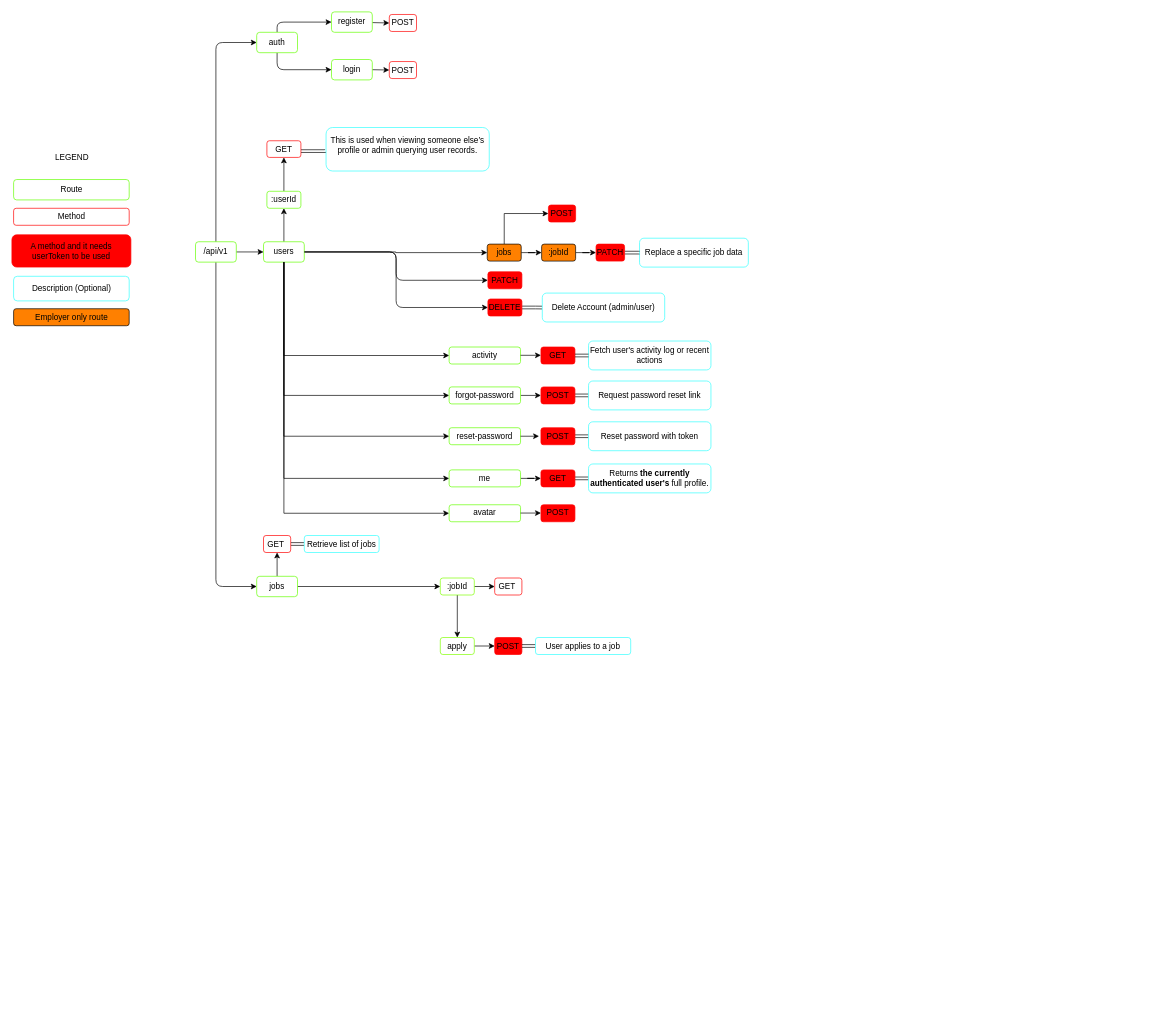
Earlier version of the draw.io diagram diagrams/rest_api.drawio (kenshiin1123/dev-match). Source tidied: cells renumbered, new cells numbered last; positions are measured from the earlier drawing's top-left corner, leaving out a move shared by most shapes. Both pictures are drawn from the tidied source at 68%, with x=0, y=0 at pixel (12, 12).
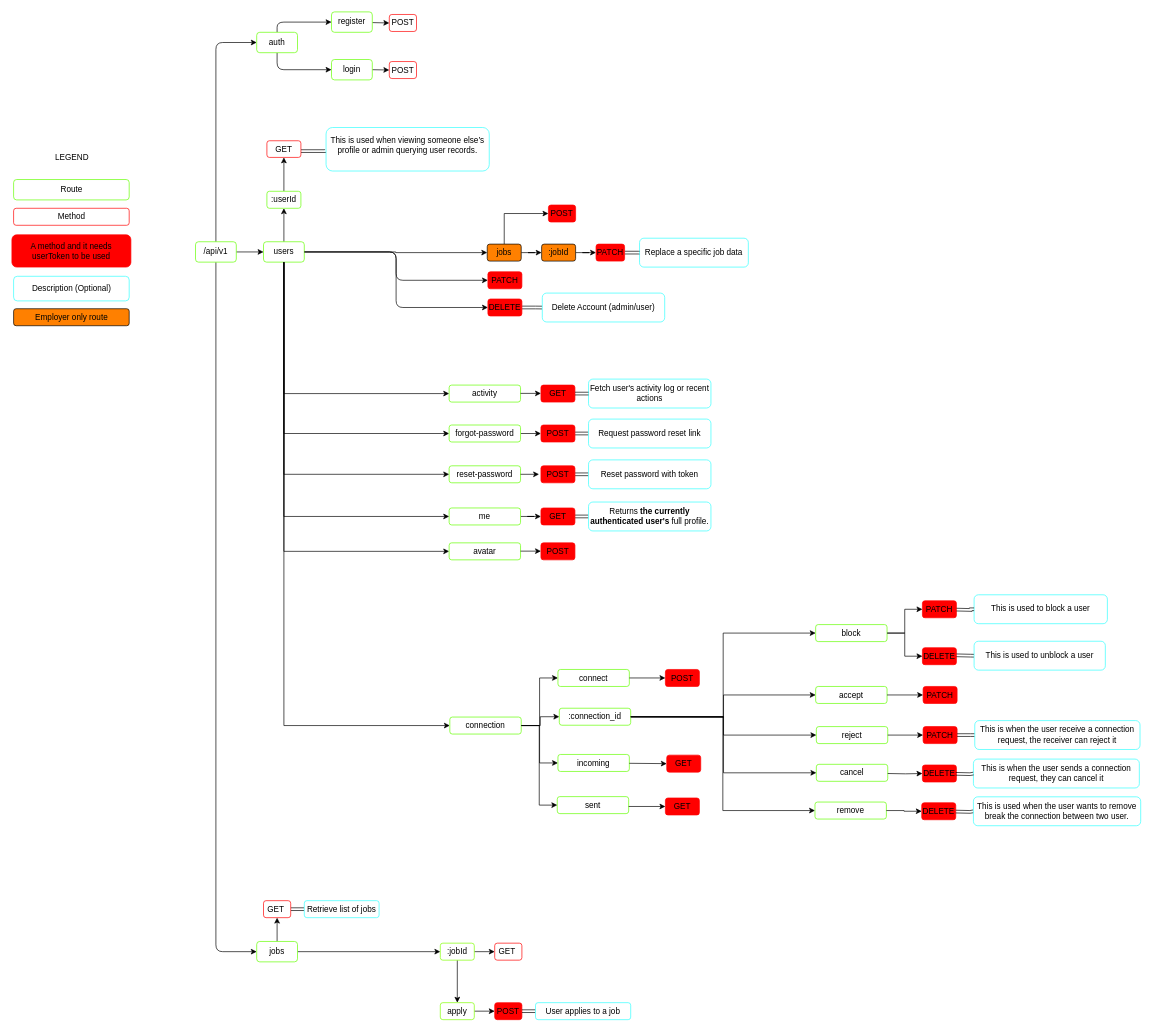
The same diagram, later.

Commit message (it also covers changes not shown here):
Update erd and rest_api diagram for user_connections. Also add new user_connection table

The change refers to these unchanged cells:
```xml
<mxCell id="8" value="users" style="rounded=1;whiteSpace=wrap;html=1;strokeColor=#65FF00;fontStyle=0;" parent="1" vertex="1">
  <mxGeometry x="370" y="338" width="60" height="30" as="geometry" />
</mxCell>
```

The edit, as a diff of the source:
```diff
@@
+    <mxCell id="87" style="edgeStyle=orthogonalEdgeStyle;rounded=0;jettySize=auto;html=1;entryX=0;entryY=0.5;entryDx=0;entryDy=0;exitX=0.5;exitY=1;exitDx=0;exitDy=0;" parent="1" edge="1" source="8" target="90">
+      <mxGeometry relative="1" as="geometry" />
+    </mxCell>
@@
     <mxCell id="11" value="jobs" style="rounded=1;whiteSpace=wrap;html=1;strokeColor=#65FF00;fontStyle=0;" parent="1" vertex="1">
-      <mxGeometry x="360" y="830" width="60" height="30" as="geometry" />
+      <mxGeometry x="360" y="1367" width="60" height="30" as="geometry" />
     </mxCell>
@@
     <mxCell id="33" value="&lt;span&gt;GET&amp;nbsp;&lt;/span&gt;" style="whiteSpace=wrap;html=1;rounded=1;strokeColor=#FF0000;fontStyle=0;" parent="1" vertex="1">
-      <mxGeometry x="370" y="770" width="40" height="25" as="geometry" />
+      <mxGeometry x="370" y="1307" width="40" height="25" as="geometry" />
     </mxCell>
     <mxCell id="34" value="Retrieve list of jobs" style="whiteSpace=wrap;html=1;rounded=1;strokeColor=#33FFFF;fontStyle=0;" parent="1" vertex="1">
-      <mxGeometry x="430" y="770" width="110" height="25" as="geometry" />
+      <mxGeometry x="430" y="1307" width="110" height="25" as="geometry" />
     </mxCell>
@@
     <mxCell id="37" value="&lt;span&gt;:jobId&lt;/span&gt;" style="whiteSpace=wrap;html=1;rounded=1;strokeColor=#80FF00;fontStyle=0;" parent="1" vertex="1">
-      <mxGeometry x="630" y="832.5" width="50" height="25" as="geometry" />
+      <mxGeometry x="630" y="1369.5" width="50" height="25" as="geometry" />
     </mxCell>
     <mxCell id="38" value="&lt;span&gt;GET&amp;nbsp;&lt;/span&gt;" style="whiteSpace=wrap;html=1;rounded=1;strokeColor=#FF0000;fontStyle=0;" parent="1" vertex="1">
-      <mxGeometry x="710" y="832.5" width="40" height="25" as="geometry" />
+      <mxGeometry x="710" y="1369.5" width="40" height="25" as="geometry" />
     </mxCell>
@@
     <mxCell id="41" value="apply" style="whiteSpace=wrap;html=1;rounded=1;strokeColor=#80FF00;fontStyle=0;" parent="1" vertex="1">
-      <mxGeometry x="630" y="920" width="50" height="25" as="geometry" />
+      <mxGeometry x="630" y="1457" width="50" height="25" as="geometry" />
     </mxCell>
     <mxCell id="42" value="&lt;span&gt;POST&lt;/span&gt;" style="whiteSpace=wrap;html=1;rounded=1;strokeColor=#FF0000;fontStyle=0;fillColor=#FF0000;" parent="1" vertex="1">
-      <mxGeometry x="710" y="920" width="40" height="25" as="geometry" />
+      <mxGeometry x="710" y="1457" width="40" height="25" as="geometry" />
     </mxCell>
@@
     <mxCell id="44" value="User applies to a job" style="whiteSpace=wrap;html=1;rounded=1;strokeColor=#33FFFF;fontStyle=0;" parent="1" vertex="1">
-      <mxGeometry x="770" y="920" width="140" height="25" as="geometry" />
+      <mxGeometry x="770" y="1457" width="140" height="25" as="geometry" />
     </mxCell>
@@
     <mxCell id="47" value="forgot-password" style="whiteSpace=wrap;html=1;rounded=1;strokeColor=#65FF00;fontStyle=0;" parent="1" vertex="1">
-      <mxGeometry x="643" y="551.5" width="105" height="25" as="geometry" />
+      <mxGeometry x="643" y="607.5" width="105" height="25" as="geometry" />
     </mxCell>
@@
     <mxCell id="49" value="reset-password" style="whiteSpace=wrap;html=1;rounded=1;strokeColor=#65FF00;fontStyle=0;" parent="1" vertex="1">
-      <mxGeometry x="643" y="611.5" width="105" height="25" as="geometry" />
+      <mxGeometry x="643" y="667.5" width="105" height="25" as="geometry" />
     </mxCell>
@@
     <mxCell id="52" value="me" style="whiteSpace=wrap;html=1;rounded=1;strokeColor=#65FF00;fontStyle=0;" parent="1" vertex="1">
-      <mxGeometry x="643" y="673.5" width="105" height="25" as="geometry" />
+      <mxGeometry x="643" y="729.5" width="105" height="25" as="geometry" />
     </mxCell>
@@
     <mxCell id="55" value="POST" style="whiteSpace=wrap;html=1;rounded=1;strokeColor=#FF0000;fontStyle=0;fillColor=#FF0000;" parent="1" vertex="1">
-      <mxGeometry x="778" y="551.5" width="50" height="25" as="geometry" />
+      <mxGeometry x="778" y="607.5" width="50" height="25" as="geometry" />
     </mxCell>
     <mxCell id="56" value="Request password reset link" style="whiteSpace=wrap;html=1;rounded=1;strokeColor=#33FFFF;fontStyle=0;" parent="1" vertex="1">
-      <mxGeometry x="848" y="542.8" width="180" height="42.5" as="geometry" />
+      <mxGeometry x="848" y="598.8" width="180" height="42.5" as="geometry" />
     </mxCell>
@@
     <mxCell id="58" value="POST" style="whiteSpace=wrap;html=1;rounded=1;strokeColor=#FF0000;fontStyle=0;fillColor=#FF0000;" parent="1" vertex="1">
-      <mxGeometry x="778" y="611.5" width="50" height="25" as="geometry" />
+      <mxGeometry x="778" y="667.5" width="50" height="25" as="geometry" />
     </mxCell>
     <mxCell id="59" value="&lt;table&gt;&lt;tbody&gt;&lt;tr&gt;&lt;td&gt;Reset password with token&lt;/td&gt;&lt;/tr&gt;&lt;/tbody&gt;&lt;/table&gt;" style="whiteSpace=wrap;html=1;rounded=1;strokeColor=#33FFFF;fontStyle=0;" parent="1" vertex="1">
-      <mxGeometry x="848" y="602.8" width="180" height="42.5" as="geometry" />
+      <mxGeometry x="848" y="658.8" width="180" height="42.5" as="geometry" />
     </mxCell>
@@
     <mxCell id="61" value="GET" style="whiteSpace=wrap;html=1;rounded=1;strokeColor=#FF0000;fontStyle=0;fillColor=#FF0000;" parent="1" vertex="1">
-      <mxGeometry x="778" y="673.5" width="50" height="25" as="geometry" />
+      <mxGeometry x="778" y="729.5" width="50" height="25" as="geometry" />
     </mxCell>
     <mxCell id="62" value="&lt;p&gt;Returns &lt;strong&gt;the currently authenticated user's&lt;/strong&gt; full profile.&lt;/p&gt;&lt;p&gt;&lt;/p&gt;" style="whiteSpace=wrap;html=1;rounded=1;strokeColor=#33FFFF;fontStyle=0;" parent="1" vertex="1">
-      <mxGeometry x="848" y="664.8" width="180" height="42.5" as="geometry" />
+      <mxGeometry x="848" y="720.8" width="180" height="42.5" as="geometry" />
     </mxCell>
@@
     <mxCell id="64" value="activity" style="whiteSpace=wrap;html=1;rounded=1;strokeColor=#65FF00;fontStyle=0;" parent="1" vertex="1">
-      <mxGeometry x="643" y="492.8" width="105" height="25" as="geometry" />
+      <mxGeometry x="643" y="548.8" width="105" height="25" as="geometry" />
     </mxCell>
@@
     <mxCell id="66" value="GET" style="whiteSpace=wrap;html=1;rounded=1;strokeColor=#FF0000;fontStyle=0;fillColor=#FF0000;" parent="1" vertex="1">
-      <mxGeometry x="778" y="492.8" width="50" height="25" as="geometry" />
+      <mxGeometry x="778" y="548.8" width="50" height="25" as="geometry" />
     </mxCell>
     <mxCell id="67" value="Fetch user's activity log or recent actions" style="whiteSpace=wrap;html=1;rounded=1;strokeColor=#33FFFF;fontStyle=0;" parent="1" vertex="1">
-      <mxGeometry x="848" y="484" width="180" height="42.5" as="geometry" />
+      <mxGeometry x="848" y="540" width="180" height="42.5" as="geometry" />
     </mxCell>
@@
     <mxCell id="69" style="edgeStyle=orthogonalEdgeStyle;rounded=0;jettySize=auto;html=1;exitX=1;exitY=0.5;exitDx=0;exitDy=0;entryX=0;entryY=0.5;entryDx=0;entryDy=0;" parent="1" edge="1" target="66">
       <mxGeometry relative="1" as="geometry">
-        <mxPoint x="748" y="505" as="sourcePoint" />
+        <mxPoint x="748" y="561" as="sourcePoint" />
       </mxGeometry>
     </mxCell>
     <mxCell id="70" value="avatar" style="whiteSpace=wrap;html=1;rounded=1;strokeColor=#65FF00;fontStyle=0;" parent="1" vertex="1">
-      <mxGeometry x="643" y="724.8" width="105" height="25" as="geometry" />
+      <mxGeometry x="643" y="780.8" width="105" height="25" as="geometry" />
     </mxCell>
     <mxCell id="71" value="POST" style="whiteSpace=wrap;html=1;rounded=1;strokeColor=#FF0000;fontStyle=0;fillColor=#FF0000;" parent="1" vertex="1">
-      <mxGeometry x="778" y="724.8" width="50" height="25" as="geometry" />
+      <mxGeometry x="778" y="780.8" width="50" height="25" as="geometry" />
     </mxCell>
     <mxCell id="72" style="edgeStyle=orthogonalEdgeStyle;rounded=0;jettySize=auto;html=1;entryX=0;entryY=0.5;entryDx=0;entryDy=0;" parent="1" edge="1" target="71">
       <mxGeometry relative="1" as="geometry">
-        <mxPoint x="748" y="737" as="sourcePoint" />
+        <mxPoint x="748" y="793" as="sourcePoint" />
       </mxGeometry>
     </mxCell>
@@
+    <mxCell id="88" style="edgeStyle=orthogonalEdgeStyle;rounded=0;jettySize=auto;html=1;entryX=0;entryY=0.5;entryDx=0;entryDy=0;" parent="1" edge="1" source="90" target="93">
+      <mxGeometry relative="1" as="geometry" />
+    </mxCell>
+    <mxCell id="89" style="edgeStyle=orthogonalEdgeStyle;rounded=0;jettySize=auto;html=1;entryX=0;entryY=0.5;entryDx=0;entryDy=0;" parent="1" edge="1" source="90" target="92">
+      <mxGeometry relative="1" as="geometry" />
+    </mxCell>
+    <mxCell id="90" value="connection" style="whiteSpace=wrap;html=1;rounded=1;strokeColor=#65FF00;fontStyle=0;" parent="1" vertex="1">
+      <mxGeometry x="644" y="1037" width="105" height="25" as="geometry" />
+    </mxCell>
+    <mxCell id="91" style="edgeStyle=orthogonalEdgeStyle;rounded=0;jettySize=auto;html=1;entryX=0;entryY=0.5;entryDx=0;entryDy=0;exitX=1;exitY=0.5;exitDx=0;exitDy=0;" parent="1" edge="1" source="92" target="107">
+      <mxGeometry relative="1" as="geometry" />
+    </mxCell>
+    <mxCell id="92" value=":connection_id" style="whiteSpace=wrap;html=1;rounded=1;strokeColor=#65FF00;fontStyle=0;" parent="1" vertex="1">
+      <mxGeometry x="805" y="1024" width="105" height="25" as="geometry" />
+    </mxCell>
+    <mxCell id="93" value="incoming" style="whiteSpace=wrap;html=1;rounded=1;strokeColor=#65FF00;fontStyle=0;" parent="1" vertex="1">
+      <mxGeometry x="803" y="1092" width="105" height="25" as="geometry" />
+    </mxCell>
+    <mxCell id="94" style="edgeStyle=orthogonalEdgeStyle;rounded=0;jettySize=auto;html=1;entryX=0;entryY=0.5;entryDx=0;entryDy=0;exitX=1;exitY=0.5;exitDx=0;exitDy=0;" parent="1" edge="1" source="90" target="95">
+      <mxGeometry relative="1" as="geometry" />
+    </mxCell>
+    <mxCell id="95" value="connect" style="whiteSpace=wrap;html=1;rounded=1;strokeColor=#65FF00;fontStyle=0;" parent="1" vertex="1">
+      <mxGeometry x="803" y="967" width="105" height="25" as="geometry" />
+    </mxCell>
+    <mxCell id="96" value="sent" style="whiteSpace=wrap;html=1;rounded=1;strokeColor=#65FF00;fontStyle=0;" parent="1" vertex="1">
+      <mxGeometry x="802" y="1154" width="105" height="25" as="geometry" />
+    </mxCell>
+    <mxCell id="97" style="edgeStyle=orthogonalEdgeStyle;rounded=0;jettySize=auto;html=1;entryX=0;entryY=0.5;entryDx=0;entryDy=0;exitX=1;exitY=0.5;exitDx=0;exitDy=0;" parent="1" edge="1" source="90" target="96">
+      <mxGeometry relative="1" as="geometry" />
+    </mxCell>
+    <mxCell id="98" value="accept" style="whiteSpace=wrap;html=1;rounded=1;strokeColor=#65FF00;fontStyle=0;" parent="1" vertex="1">
+      <mxGeometry x="1182" y="992" width="105" height="25" as="geometry" />
+    </mxCell>
+    <mxCell id="99" style="edgeStyle=orthogonalEdgeStyle;rounded=0;jettySize=auto;html=1;entryX=0;entryY=0.5;entryDx=0;entryDy=0;" parent="1" edge="1" target="98">
+      <mxGeometry relative="1" as="geometry">
+        <mxPoint x="910" y="1037" as="sourcePoint" />
+      </mxGeometry>
+    </mxCell>
+    <mxCell id="100" style="edgeStyle=orthogonalEdgeStyle;rounded=0;jettySize=auto;html=1;entryX=0;entryY=0.5;entryDx=0;entryDy=0;exitX=1;exitY=0.5;exitDx=0;exitDy=0;" parent="1" edge="1" source="92" target="101">
+      <mxGeometry relative="1" as="geometry" />
+    </mxCell>
+    <mxCell id="101" value="reject" style="whiteSpace=wrap;html=1;rounded=1;strokeColor=#65FF00;fontStyle=0;" parent="1" vertex="1">
+      <mxGeometry x="1183" y="1051" width="105" height="25" as="geometry" />
+    </mxCell>
+    <mxCell id="102" value="cancel" style="whiteSpace=wrap;html=1;rounded=1;strokeColor=#65FF00;fontStyle=0;" parent="1" vertex="1">
+      <mxGeometry x="1183" y="1106.5" width="105" height="25" as="geometry" />
+    </mxCell>
+    <mxCell id="103" style="edgeStyle=orthogonalEdgeStyle;rounded=0;jettySize=auto;html=1;entryX=0;entryY=0.5;entryDx=0;entryDy=0;exitX=1;exitY=0.5;exitDx=0;exitDy=0;" parent="1" edge="1" source="92" target="102">
+      <mxGeometry relative="1" as="geometry" />
+    </mxCell>
+    <mxCell id="104" value="remove" style="whiteSpace=wrap;html=1;rounded=1;strokeColor=#65FF00;fontStyle=0;" parent="1" vertex="1">
+      <mxGeometry x="1181" y="1162" width="105" height="25" as="geometry" />
+    </mxCell>
+    <mxCell id="105" style="edgeStyle=orthogonalEdgeStyle;rounded=0;jettySize=auto;html=1;entryX=0;entryY=0.5;entryDx=0;entryDy=0;exitX=1;exitY=0.5;exitDx=0;exitDy=0;" parent="1" edge="1" source="92" target="104">
+      <mxGeometry relative="1" as="geometry" />
+    </mxCell>
+    <mxCell id="106" style="edgeStyle=orthogonalEdgeStyle;rounded=0;jettySize=auto;html=1;entryX=0;entryY=0.5;entryDx=0;entryDy=0;" parent="1" edge="1" source="107" target="130">
+      <mxGeometry relative="1" as="geometry" />
+    </mxCell>
+    <mxCell id="107" value="block" style="whiteSpace=wrap;html=1;rounded=1;strokeColor=#65FF00;fontStyle=0;" parent="1" vertex="1">
+      <mxGeometry x="1182" y="901" width="105" height="25" as="geometry" />
+    </mxCell>
+    <mxCell id="108" style="edgeStyle=orthogonalEdgeStyle;rounded=0;jettySize=auto;html=1;entryX=0;entryY=0.5;entryDx=0;entryDy=0;exitX=1;exitY=0.5;exitDx=0;exitDy=0;" parent="1" edge="1" source="95" target="109">
+      <mxGeometry relative="1" as="geometry" />
+    </mxCell>
+    <mxCell id="109" value="POST" style="whiteSpace=wrap;html=1;rounded=1;strokeColor=#FF0000;fontStyle=0;fillColor=#FF0000;" parent="1" vertex="1">
+      <mxGeometry x="961" y="967" width="50" height="25" as="geometry" />
+    </mxCell>
+    <mxCell id="110" style="edgeStyle=orthogonalEdgeStyle;rounded=0;jettySize=auto;html=1;entryX=0;entryY=0.5;entryDx=0;entryDy=0;" parent="1" edge="1" target="111">
+      <mxGeometry relative="1" as="geometry">
+        <mxPoint x="908" y="1105" as="sourcePoint" />
+      </mxGeometry>
+    </mxCell>
+    <mxCell id="111" value="GET" style="whiteSpace=wrap;html=1;rounded=1;strokeColor=#FF0000;fontStyle=0;fillColor=#FF0000;" parent="1" vertex="1">
+      <mxGeometry x="963" y="1093" width="50" height="25" as="geometry" />
+    </mxCell>
+    <mxCell id="112" value="GET" style="whiteSpace=wrap;html=1;rounded=1;strokeColor=#FF0000;fontStyle=0;fillColor=#FF0000;" parent="1" vertex="1">
+      <mxGeometry x="961" y="1156" width="50" height="25" as="geometry" />
+    </mxCell>
+    <mxCell id="113" style="edgeStyle=orthogonalEdgeStyle;rounded=0;jettySize=auto;html=1;entryX=0;entryY=0.5;entryDx=0;entryDy=0;exitX=1;exitY=0.58;exitDx=0;exitDy=0;exitPerimeter=0;" parent="1" edge="1" source="96" target="112">
+      <mxGeometry relative="1" as="geometry" />
+    </mxCell>
+    <mxCell id="114" value="PATCH" style="whiteSpace=wrap;html=1;rounded=1;strokeColor=#FF0000;fontStyle=0;fillColor=#FF0000;" parent="1" vertex="1">
+      <mxGeometry x="1339" y="866" width="50" height="25" as="geometry" />
+    </mxCell>
+    <mxCell id="115" style="edgeStyle=orthogonalEdgeStyle;rounded=0;jettySize=auto;html=1;entryX=0;entryY=0.5;entryDx=0;entryDy=0;exitX=1;exitY=0.5;exitDx=0;exitDy=0;" parent="1" edge="1" source="107" target="114">
+      <mxGeometry relative="1" as="geometry" />
+    </mxCell>
+    <mxCell id="116" value="PATCH" style="whiteSpace=wrap;html=1;rounded=1;strokeColor=#FF0000;fontStyle=0;fillColor=#FF0000;" parent="1" vertex="1">
+      <mxGeometry x="1340" y="992" width="50" height="25" as="geometry" />
+    </mxCell>
+    <mxCell id="117" style="edgeStyle=orthogonalEdgeStyle;rounded=0;jettySize=auto;html=1;entryX=0;entryY=0.5;entryDx=0;entryDy=0;exitX=1;exitY=0.5;exitDx=0;exitDy=0;" parent="1" edge="1" source="98" target="116">
+      <mxGeometry relative="1" as="geometry" />
+    </mxCell>
+    <mxCell id="118" value="PATCH" style="whiteSpace=wrap;html=1;rounded=1;strokeColor=#FF0000;fontStyle=0;fillColor=#FF0000;" parent="1" vertex="1">
+      <mxGeometry x="1340" y="1051" width="50" height="25" as="geometry" />
+    </mxCell>
+    <mxCell id="119" style="edgeStyle=orthogonalEdgeStyle;rounded=0;jettySize=auto;html=1;entryX=0;entryY=0.5;entryDx=0;entryDy=0;exitX=1;exitY=0.5;exitDx=0;exitDy=0;" parent="1" edge="1" source="101" target="118">
+      <mxGeometry relative="1" as="geometry" />
+    </mxCell>
+    <mxCell id="120" value="DELETE" style="whiteSpace=wrap;html=1;rounded=1;strokeColor=#FF0000;fontStyle=0;fillColor=#FF0000;" parent="1" vertex="1">
+      <mxGeometry x="1339" y="1107.5" width="50" height="25" as="geometry" />
+    </mxCell>
+    <mxCell id="121" style="edgeStyle=orthogonalEdgeStyle;rounded=0;jettySize=auto;html=1;entryX=0;entryY=0.5;entryDx=0;entryDy=0;" parent="1" edge="1" target="120">
+      <mxGeometry relative="1" as="geometry">
+        <mxPoint x="1288" y="1120" as="sourcePoint" />
+      </mxGeometry>
+    </mxCell>
+    <mxCell id="122" value="DELETE" style="whiteSpace=wrap;html=1;rounded=1;strokeColor=#FF0000;fontStyle=0;fillColor=#FF0000;" parent="1" vertex="1">
+      <mxGeometry x="1338" y="1163" width="50" height="25" as="geometry" />
+    </mxCell>
+    <mxCell id="123" style="edgeStyle=orthogonalEdgeStyle;rounded=0;jettySize=auto;html=1;entryX=0;entryY=0.5;entryDx=0;entryDy=0;exitX=1;exitY=0.5;exitDx=0;exitDy=0;" parent="1" edge="1" source="104" target="122">
+      <mxGeometry relative="1" as="geometry" />
+    </mxCell>
+    <mxCell id="124" style="edgeStyle=orthogonalEdgeStyle;rounded=0;jettySize=auto;html=1;shape=link;exitX=1;exitY=0.5;exitDx=0;exitDy=0;" parent="1" edge="1" source="118" target="125">
+      <mxGeometry relative="1" as="geometry" />
+    </mxCell>
+    <mxCell id="125" value="&lt;p&gt;This is when the user receive a connection request, the receiver can reject it&lt;/p&gt;&lt;p&gt;&lt;/p&gt;" style="whiteSpace=wrap;html=1;rounded=1;strokeColor=#33FFFF;fontStyle=0;" parent="1" vertex="1">
+      <mxGeometry x="1416" y="1042.2" width="243" height="42.5" as="geometry" />
+    </mxCell>
+    <mxCell id="126" value="&lt;p&gt;This is when the user sends a connection request, they can cancel it&lt;/p&gt;&lt;p&gt;&lt;/p&gt;" style="whiteSpace=wrap;html=1;rounded=1;strokeColor=#33FFFF;fontStyle=0;" parent="1" vertex="1">
+      <mxGeometry x="1414" y="1098.8" width="244" height="42.5" as="geometry" />
+    </mxCell>
+    <mxCell id="127" style="edgeStyle=orthogonalEdgeStyle;rounded=0;jettySize=auto;html=1;shape=link;exitX=1;exitY=0.5;exitDx=0;exitDy=0;" parent="1" edge="1" target="126">
+      <mxGeometry relative="1" as="geometry">
+        <mxPoint x="1388" y="1120.5" as="sourcePoint" />
+      </mxGeometry>
+    </mxCell>
+    <mxCell id="128" style="edgeStyle=orthogonalEdgeStyle;rounded=0;jettySize=auto;html=1;shape=link;exitX=1;exitY=0.5;exitDx=0;exitDy=0;" parent="1" edge="1" target="129">
+      <mxGeometry relative="1" as="geometry">
+        <mxPoint x="1388" y="1176" as="sourcePoint" />
+      </mxGeometry>
+    </mxCell>
+    <mxCell id="129" value="&lt;p&gt;This is used when the user wants to remove break the connection between two user.&lt;/p&gt;&lt;p&gt;&lt;/p&gt;" style="whiteSpace=wrap;html=1;rounded=1;strokeColor=#33FFFF;fontStyle=0;" parent="1" vertex="1">
+      <mxGeometry x="1414" y="1154.3" width="246" height="42.5" as="geometry" />
+    </mxCell>
+    <mxCell id="130" value="DELETE" style="whiteSpace=wrap;html=1;rounded=1;strokeColor=#FF0000;fontStyle=0;fillColor=#FF0000;" parent="1" vertex="1">
+      <mxGeometry x="1339" y="935" width="50" height="25" as="geometry" />
+    </mxCell>
+    <mxCell id="131" value="&lt;p&gt;This is used to block a user&lt;/p&gt;&lt;p&gt;&lt;/p&gt;" style="whiteSpace=wrap;html=1;rounded=1;strokeColor=#33FFFF;fontStyle=0;" parent="1" vertex="1">
+      <mxGeometry x="1415" y="857.2" width="196" height="42.5" as="geometry" />
+    </mxCell>
+    <mxCell id="132" style="edgeStyle=orthogonalEdgeStyle;rounded=0;jettySize=auto;html=1;shape=link;exitX=1;exitY=0.5;exitDx=0;exitDy=0;" parent="1" edge="1" target="131">
+      <mxGeometry relative="1" as="geometry">
+        <mxPoint x="1389" y="879" as="sourcePoint" />
+      </mxGeometry>
+    </mxCell>
+    <mxCell id="133" style="edgeStyle=orthogonalEdgeStyle;rounded=0;jettySize=auto;html=1;shape=link;exitX=1;exitY=0.5;exitDx=0;exitDy=0;" parent="1" edge="1" target="134">
+      <mxGeometry relative="1" as="geometry">
+        <mxPoint x="1389" y="946.2" as="sourcePoint" />
+      </mxGeometry>
+    </mxCell>
+    <mxCell id="134" value="&lt;p&gt;This is used to unblock a user&lt;/p&gt;&lt;p&gt;&lt;/p&gt;" style="whiteSpace=wrap;html=1;rounded=1;strokeColor=#33FFFF;fontStyle=0;" parent="1" vertex="1">
+      <mxGeometry x="1415" y="925.5" width="193" height="42.5" as="geometry" />
+    </mxCell>
```
